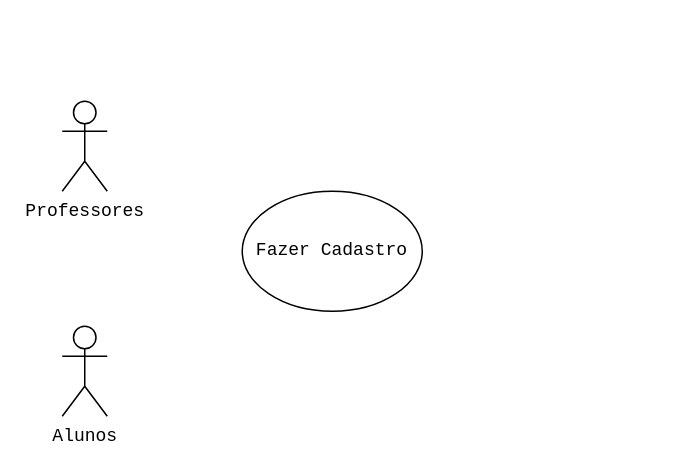
Before: Caso de Uso.drawio in gabi-lessa/AnaliseProjetoSistemas, a draw.io diagram. Source tidied: cells renumbered, new cells numbered last; positions are measured from the earlier drawing's top-left corner, leaving out a move shared by most shapes. Both pictures are drawn from the tidied source at 150%, with x=0, y=0 at pixel (62, 100).
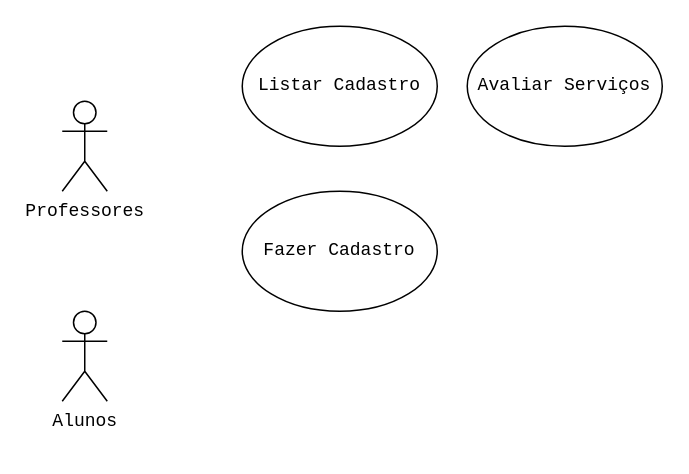
After the change.

The edit, as a diff of the source:
```diff
@@
 <mxGraphModel>
   <root>
     <mxCell id="0" />
     <mxCell id="1" parent="0" />
     <mxCell id="2" value="Fazer Cadastro" style="ellipse;whiteSpace=wrap;html=1;fontFamily=Courier New;" parent="1" vertex="1">
-      <mxGeometry x="120" y="60" width="120" height="80" as="geometry" />
+      <mxGeometry x="120" y="60" width="130" height="80" as="geometry" />
     </mxCell>
     <mxCell id="3" value="Professores" style="shape=umlActor;verticalLabelPosition=bottom;verticalAlign=top;html=1;fontFamily=Courier New;" parent="1" vertex="1">
       <mxGeometry width="30" height="60" as="geometry" />
     </mxCell>
     <mxCell id="4" value="Alunos" style="shape=umlActor;verticalLabelPosition=bottom;verticalAlign=top;html=1;fontFamily=Courier New;" parent="1" vertex="1">
-      <mxGeometry y="150" width="30" height="60" as="geometry" />
+      <mxGeometry y="140" width="30" height="60" as="geometry" />
     </mxCell>
+    <mxCell id="5" value="Listar Cadastro" style="ellipse;whiteSpace=wrap;html=1;fontFamily=Courier New;" parent="1" vertex="1">
+      <mxGeometry x="120" y="-50" width="130" height="80" as="geometry" />
+    </mxCell>
+    <mxCell id="6" value="Avaliar Serviços" style="ellipse;whiteSpace=wrap;html=1;fontFamily=Courier New;" parent="1" vertex="1">
+      <mxGeometry x="270" y="-50" width="130" height="80" as="geometry" />
+    </mxCell>
   </root>
 </mxGraphModel>
```
